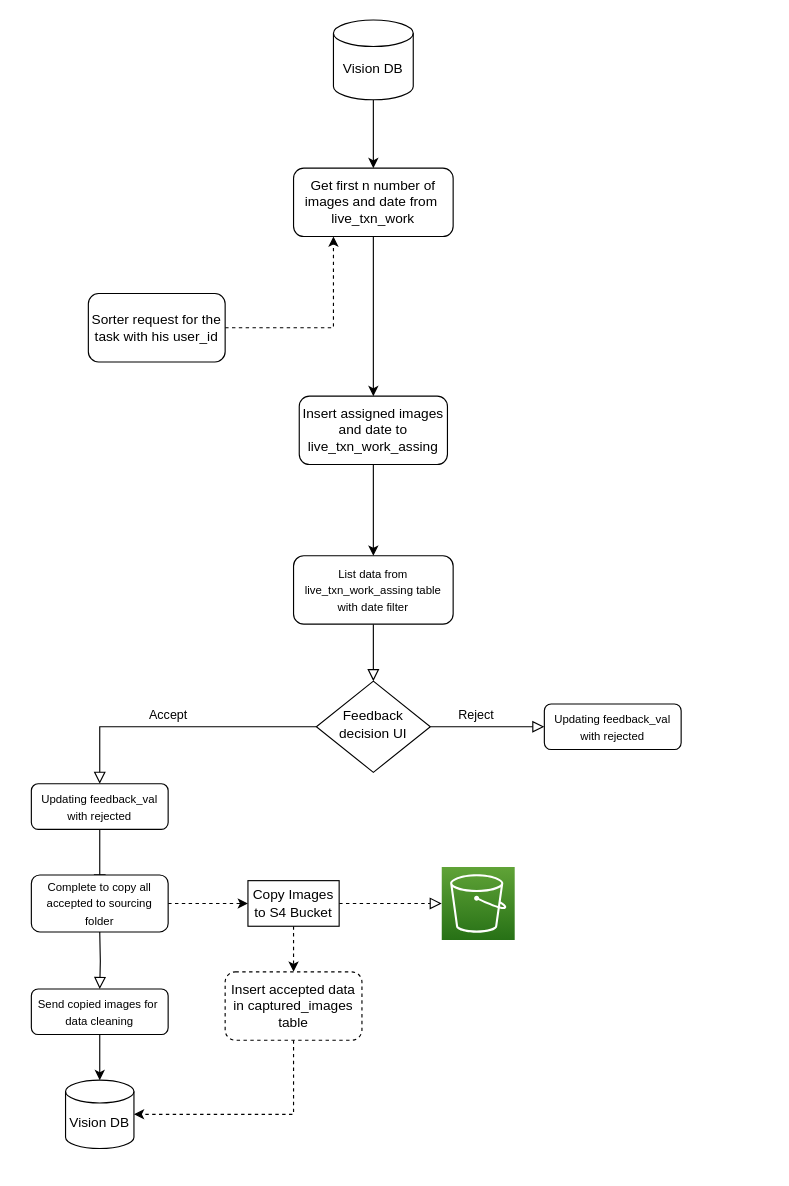
This is liv-txn-panel-working.drawio from bb-midhunps/diagrams, a draw.io file, before an edit. Source tidied: cells renumbered, new cells numbered last; positions are measured from the earlier drawing's top-left corner, leaving out a move shared by most shapes. Both pictures are drawn from the tidied source at 114%, with x=0, y=0 at pixel (31, 19).
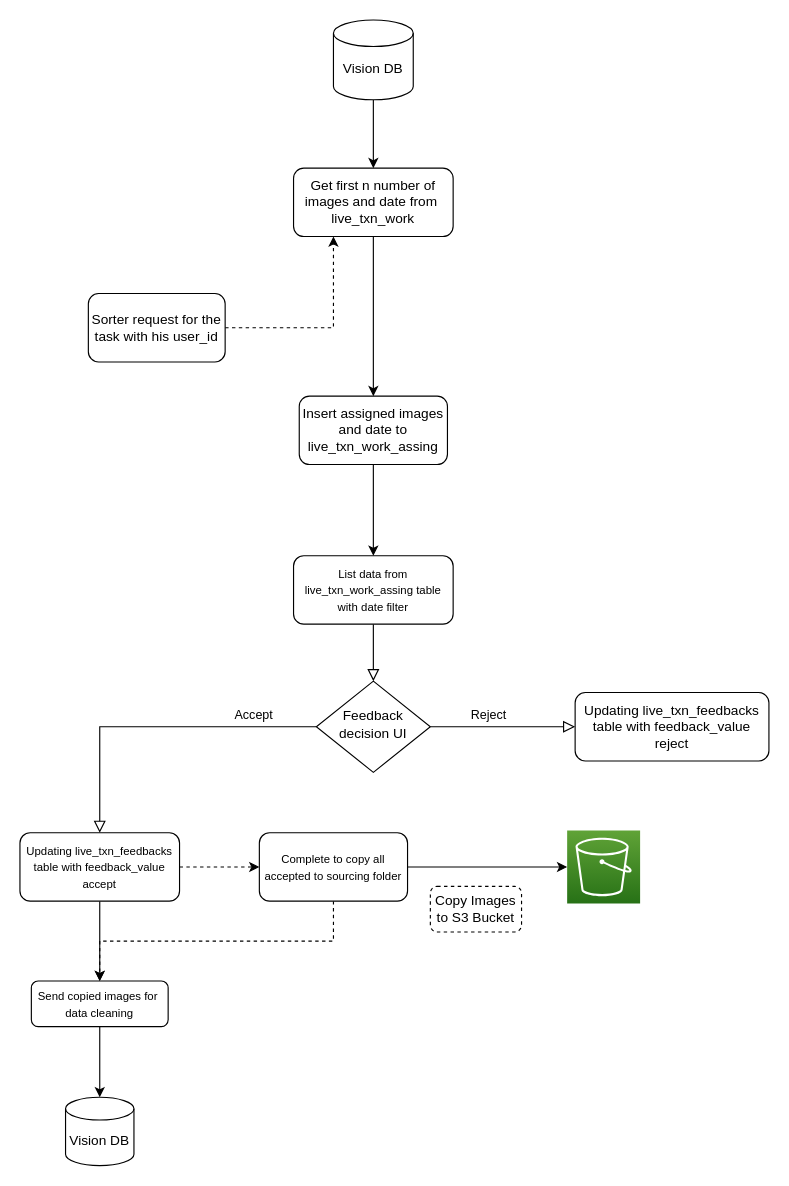
The same page after the edit.

Unchanged cells that the change refers to:
```xml
<mxCell id="6" value="Feedback&lt;br&gt;decision UI" style="rhombus;whiteSpace=wrap;html=1;shadow=0;fontFamily=Helvetica;fontSize=12;align=center;strokeWidth=1;spacing=6;spacingTop=-4;" parent="1" vertex="1">
  <mxGeometry x="250" y="580" width="100" height="80" as="geometry" />
</mxCell>
```

What changed in the source:
```diff
@@
     <mxCell id="4" value="Accept" style="rounded=0;html=1;jettySize=auto;fontSize=11;endArrow=block;endFill=0;endSize=8;strokeWidth=1;shadow=0;labelBackgroundColor=none;edgeStyle=orthogonalEdgeStyle;exitX=0;exitY=0.5;exitDx=0;exitDy=0;" parent="1" edge="1" source="6" target="7">
-      <mxGeometry x="0.08" y="-10" relative="1" as="geometry" />
+      <mxGeometry x="-0.61" y="-10" relative="1" as="geometry">
+        <Array as="points">
+          <mxPoint x="60" y="620" />
+        </Array>
+      </mxGeometry>
     </mxCell>
@@
+    <mxCell id="30" style="edgeStyle=orthogonalEdgeStyle;rounded=0;jettySize=auto;html=1;exitX=1;exitY=0.5;exitDx=0;exitDy=0;entryX=0;entryY=0.5;entryDx=0;entryDy=0;dashed=1;" parent="1" edge="1" source="7" target="11">
+      <mxGeometry relative="1" as="geometry" />
+    </mxCell>
+    <mxCell id="31" style="edgeStyle=orthogonalEdgeStyle;rounded=0;jettySize=auto;html=1;exitX=0.5;exitY=1;exitDx=0;exitDy=0;entryX=0.5;entryY=0;entryDx=0;entryDy=0;" parent="1" edge="1" source="7" target="14">
+      <mxGeometry relative="1" as="geometry" />
+    </mxCell>
-    <mxCell id="7" value="&lt;font style=&quot;font-size: 10px;&quot;&gt;Updating feedback_val with rejected&lt;/font&gt;" style="rounded=1;whiteSpace=wrap;html=1;fontSize=12;glass=0;strokeWidth=1;shadow=0;" parent="1" vertex="1">
-      <mxGeometry y="670" width="120" height="40" as="geometry" />
+    <mxCell id="7" value="&lt;font style=&quot;font-size: 10px;&quot;&gt;Updating live_txn_feedbacks table with feedback_value accept&lt;/font&gt;" style="rounded=1;whiteSpace=wrap;html=1;fontSize=12;glass=0;strokeWidth=1;shadow=0;" parent="1" vertex="1">
+      <mxGeometry x="-10" y="713" width="140" height="60" as="geometry" />
     </mxCell>
-    <mxCell id="8" value="&lt;font style=&quot;font-size: 10px;&quot;&gt;Updating feedback_val with rejected&lt;/font&gt;" style="rounded=1;whiteSpace=wrap;html=1;fontSize=12;glass=0;strokeWidth=1;shadow=0;" parent="1" vertex="1">
-      <mxGeometry x="450" y="600" width="120" height="40" as="geometry" />
+    <mxCell id="8" value="Updating live_txn_feedbacks table with feedback_value reject" style="rounded=1;whiteSpace=wrap;html=1;fontSize=12;glass=0;strokeWidth=1;shadow=0;" parent="1" vertex="1">
+      <mxGeometry x="477" y="590" width="170" height="60" as="geometry" />
     </mxCell>
-    <mxCell id="9" style="rounded=0;html=1;jettySize=auto;fontSize=11;endArrow=block;endFill=0;endSize=8;strokeWidth=1;shadow=0;labelBackgroundColor=none;edgeStyle=orthogonalEdgeStyle;exitX=0.5;exitY=1;exitDx=0;exitDy=0;" parent="1" edge="1" source="7">
-      <mxGeometry x="0.33" y="20" relative="1" as="geometry">
-        <mxPoint x="60" y="760" as="targetPoint" />
-      </mxGeometry>
-    </mxCell>
-    <mxCell id="10" style="edgeStyle=orthogonalEdgeStyle;rounded=0;jettySize=auto;html=1;entryX=0;entryY=0.5;entryDx=0;entryDy=0;dashed=1;" parent="1" edge="1" source="11" target="18">
-      <mxGeometry relative="1" as="geometry" />
-    </mxCell>
+    <mxCell id="32" style="edgeStyle=orthogonalEdgeStyle;rounded=0;jettySize=auto;html=1;exitX=0.5;exitY=1;exitDx=0;exitDy=0;entryX=0.5;entryY=0;entryDx=0;entryDy=0;dashed=1;" parent="1" edge="1" source="11" target="14">
+      <mxGeometry relative="1" as="geometry" />
+    </mxCell>
+    <mxCell id="33" style="edgeStyle=orthogonalEdgeStyle;rounded=0;jettySize=auto;html=1;exitX=1;exitY=0.5;exitDx=0;exitDy=0;" parent="1" edge="1" source="11" target="16">
+      <mxGeometry relative="1" as="geometry" />
+    </mxCell>
     <mxCell id="11" value="&lt;font style=&quot;font-size: 10px;&quot;&gt;Complete to copy all accepted to sourcing folder&lt;br&gt;&lt;/font&gt;" style="rounded=1;whiteSpace=wrap;html=1;fontSize=12;glass=0;strokeWidth=1;shadow=0;" parent="1" vertex="1">
-      <mxGeometry y="750" width="120" height="50" as="geometry" />
+      <mxGeometry x="200" y="713" width="130" height="60" as="geometry" />
     </mxCell>
-    <mxCell id="12" style="rounded=0;html=1;jettySize=auto;fontSize=11;endArrow=block;endFill=0;endSize=8;strokeWidth=1;shadow=0;labelBackgroundColor=none;edgeStyle=orthogonalEdgeStyle;exitX=1;exitY=0.5;exitDx=0;exitDy=0;dashed=1;entryX=0;entryY=0.5;entryDx=0;entryDy=0;entryPerimeter=0;" parent="1" edge="1" source="18" target="16">
-      <mxGeometry x="0.33" y="20" relative="1" as="geometry">
-        <Array as="points">
-          <mxPoint x="340" y="775" />
-          <mxPoint x="340" y="775" />
-        </Array>
-      </mxGeometry>
-    </mxCell>
@@
     <mxCell id="14" value="&lt;font style=&quot;font-size: 10px;&quot;&gt;Send copied images for&amp;nbsp;&lt;br&gt;data cleaning&lt;br&gt;&lt;/font&gt;" style="rounded=1;whiteSpace=wrap;html=1;fontSize=12;glass=0;strokeWidth=1;shadow=0;" parent="1" vertex="1">
-      <mxGeometry y="850" width="120" height="40" as="geometry" />
+      <mxGeometry y="843" width="120" height="40" as="geometry" />
     </mxCell>
-    <mxCell id="15" style="rounded=0;html=1;jettySize=auto;fontSize=11;endArrow=block;endFill=0;endSize=8;strokeWidth=1;shadow=0;labelBackgroundColor=none;edgeStyle=orthogonalEdgeStyle;exitX=0.5;exitY=1;exitDx=0;exitDy=0;exitPerimeter=0;entryX=0.5;entryY=0;entryDx=0;entryDy=0;" parent="1" edge="1" target="14">
-      <mxGeometry x="0.33" y="20" relative="1" as="geometry">
-        <mxPoint x="60" y="800" as="sourcePoint" />
-      </mxGeometry>
-    </mxCell>
     <mxCell id="16" style="sketch=0;points=[[0,0,0],[0.25,0,0],[0.5,0,0],[0.75,0,0],[1,0,0],[0,1,0],[0.25,1,0],[0.5,1,0],[0.75,1,0],[1,1,0],[0,0.25,0],[0,0.5,0],[0,0.75,0],[1,0.25,0],[1,0.5,0],[1,0.75,0]];outlineConnect=0;fontColor=#232F3E;gradientColor=#60A337;gradientDirection=north;fillColor=#277116;strokeColor=#ffffff;dashed=0;verticalLabelPosition=bottom;verticalAlign=top;align=center;html=1;fontSize=12;fontStyle=0;shape=mxgraph.aws4.resourceIcon;resIcon=mxgraph.aws4.s3;direction=east;" parent="1" vertex="1">
-      <mxGeometry x="360" y="743" width="64" height="64" as="geometry" />
+      <mxGeometry x="470" y="711" width="64" height="64" as="geometry" />
     </mxCell>
-    <mxCell id="17" style="edgeStyle=orthogonalEdgeStyle;rounded=0;jettySize=auto;html=1;dashed=1;" parent="1" edge="1" source="18" target="21">
-      <mxGeometry relative="1" as="geometry" />
-    </mxCell>
-    <mxCell id="18" value="Copy Images to S4 Bucket" style="whiteSpace=wrap;html=1;" parent="1" vertex="1">
-      <mxGeometry x="190" y="755" width="80" height="40" as="geometry" />
+    <mxCell id="18" value="Copy Images to S3 Bucket" style="whiteSpace=wrap;html=1;dashed=1;rounded=1;" parent="1" vertex="1">
+      <mxGeometry x="350" y="760" width="80" height="40" as="geometry" />
     </mxCell>
     <mxCell id="19" value="&lt;br&gt;Vision DB" style="strokeWidth=1;html=1;shape=mxgraph.flowchart.database;whiteSpace=wrap;" parent="1" vertex="1">
-      <mxGeometry x="30" y="930" width="60" height="60" as="geometry" />
+      <mxGeometry x="30" y="945" width="60" height="60" as="geometry" />
     </mxCell>
-    <mxCell id="20" style="edgeStyle=orthogonalEdgeStyle;rounded=0;jettySize=auto;html=1;dashed=1;entryX=1;entryY=0.5;entryDx=0;entryDy=0;entryPerimeter=0;exitX=0.5;exitY=1;exitDx=0;exitDy=0;" parent="1" edge="1" source="21" target="19">
-      <mxGeometry relative="1" as="geometry">
-        <Array as="points">
-          <mxPoint x="230" y="960" />
-        </Array>
-      </mxGeometry>
-    </mxCell>
-    <mxCell id="21" value="Insert accepted data in captured_images table" style="whiteSpace=wrap;html=1;dashed=1;rounded=1;" parent="1" vertex="1">
-      <mxGeometry x="170" y="835" width="120" height="60" as="geometry" />
-    </mxCell>
```
